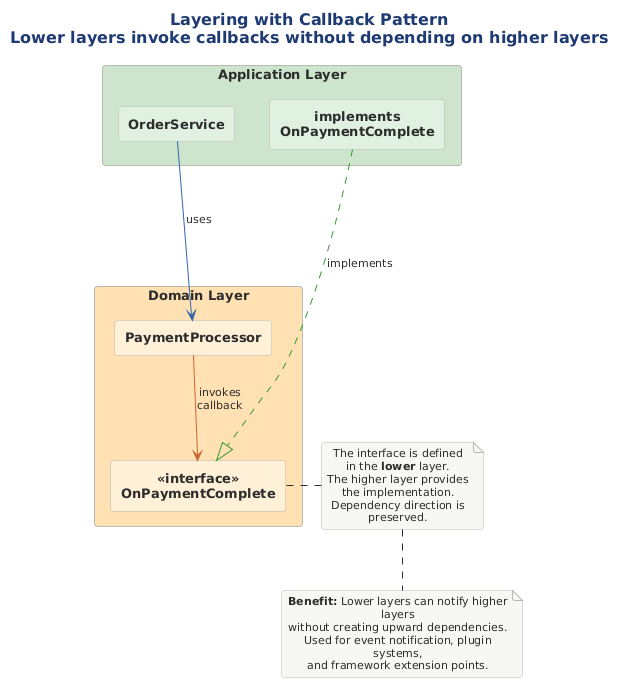
The PlantUML diagram src/architecture/views-and-beyond/style-catalogs/module/layered-style/png/layering-callback-pattern-lower-layers-invoke.png in Notoriousjayy/latex-docs, before a commit.
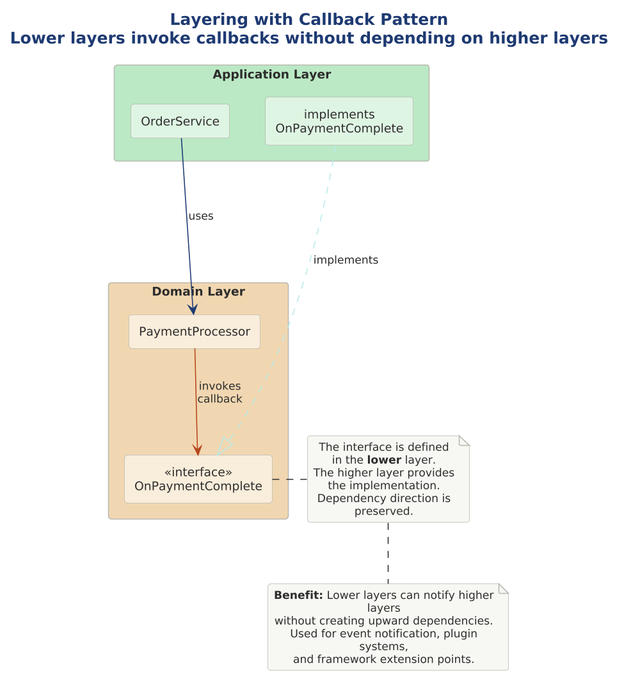
After the commit.

What changed in the source:
```diff
@@ -1,26 +1,27 @@
 @startuml
-skinparam rectangleRoundCorner 8
+
+skinparam dpi 150
+
+
+
 !include ../../../../../../tooling/styles/plantuml/structural/component-diagram-style.iuml
-
-skinparam rectangleFontSize 13
-skinparam rectangleFontStyle bold
 
 title Layering with Callback Pattern\nLower layers invoke callbacks without depending on higher layers
 
-rectangle "**Application Layer**" as APP #CCE5CC {
-  rectangle "OrderService" as os #E0F0E0
-  rectangle "implements\nOnPaymentComplete" as impl #E0F0E0
+rectangle "**Application Layer**" as APP $deep_ok {
+  rectangle "OrderService" as os $fill_ok
+  rectangle "implements\nOnPaymentComplete" as impl $fill_ok
 }
 
-rectangle "**Domain Layer**" as DOM #FFE0B2 {
-  rectangle "PaymentProcessor" as pp #FFF0D6
-  rectangle "<<interface>>\nOnPaymentComplete" as cb #FFF0D6
+rectangle "**Domain Layer**" as DOM $deep_caution {
+  rectangle "PaymentProcessor" as pp $fill_caution
+  rectangle "<<interface>>\nOnPaymentComplete" as cb $fill_caution
 }
 
-os -[#3366AA]-> pp : uses
-impl ..[#339933]..|> cb : implements
+os -[$line_primary]-> pp : uses
+impl ..[$deep_dynamic]..|> cb : implements
 
-pp -[#CC6633]-> cb : invokes\ncallback
+pp -[$line_invalid]-> cb : invokes\ncallback
 
 note right of cb
   The interface is defined
```
